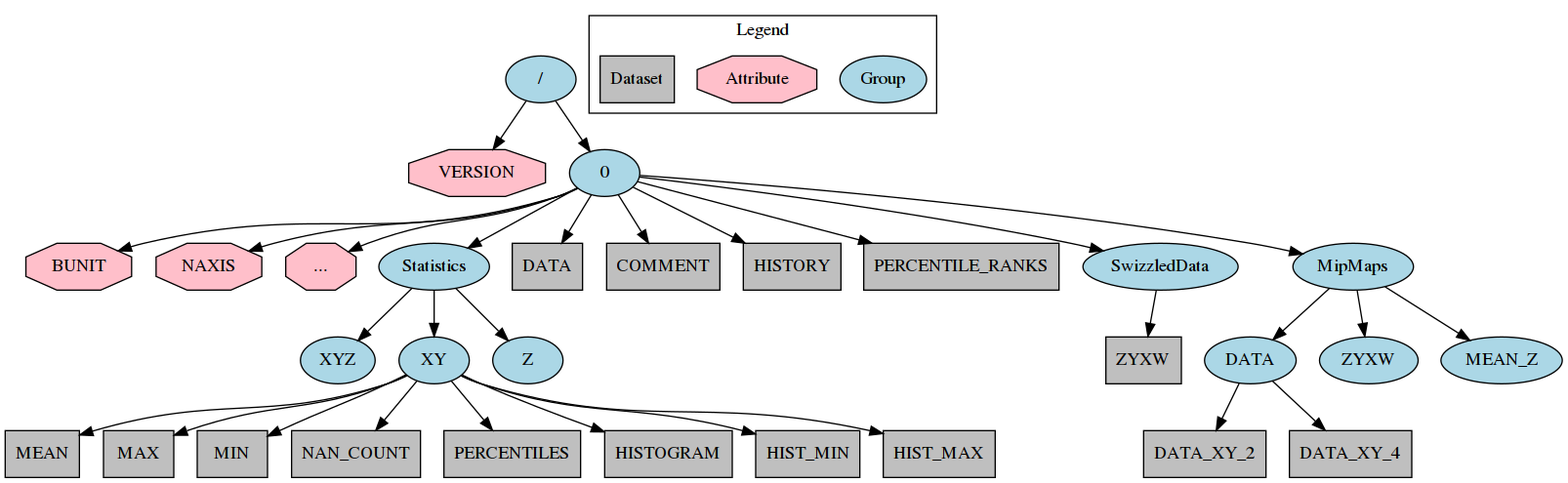
The Graphviz diagram docs/schema.png in idia-astro/hdf5converters, before a commit. Its source is kept beside it as docs/schema.dot. Source of this version:
```dot
digraph {
    rankdir=TB
    ordering=out
    concentrate=true

    node [style=filled fillcolor="#abd7e6"]
    file [label="/"]
    0
    SwizzledData
    MipMaps
    mmDATA [label="DATA"]
    mmZYXW [label="ZYXW"]
    mmMEAN_Z [label="MEAN_Z"]
    Statistics
    XY
    Z
    XYZ
    Group

    node [shape=octagon fillcolor="#ffbfca"]
    VERSION
    BUNIT
    NAXIS
    other_attrs [label="..."]
    Attribute

    node [shape=box fillcolor="#bfbfbf"]
    DATA
    COMMENT
    HISTORY
    PERCENTILE_RANKS
    ZYXW
    DATA_XY_2
    DATA_XY_4
    MEAN
    MAX
    MIN
    NAN_COUNT
    PERCENTILES
    HISTOGRAM
    HIST_MIN
    HIST_MAX
    Dataset

    file -> VERSION
    file -> 0

    0 -> BUNIT
    0 -> NAXIS
    0 -> other_attrs

    0 -> Statistics
    Statistics -> XYZ
    Statistics -> XY
    XY -> MEAN
    XY -> MAX
    XY -> MIN
    XY -> NAN_COUNT
    XY -> PERCENTILES
    XY -> HISTOGRAM
    XY -> HIST_MIN
    XY -> HIST_MAX
    Statistics -> Z

    0 -> DATA

    0 -> COMMENT
    0 -> HISTORY
    0 -> PERCENTILE_RANKS

    0 -> SwizzledData
    SwizzledData -> ZYXW

    0 -> MipMaps
    MipMaps -> mmDATA
    mmDATA -> DATA_XY_2
    mmDATA -> DATA_XY_4
    MipMaps -> mmZYXW
    MipMaps -> mmMEAN_Z

    subgraph cluster_legend {
        label="Legend"
        Group
        Attribute
        Dataset
    }
}
```
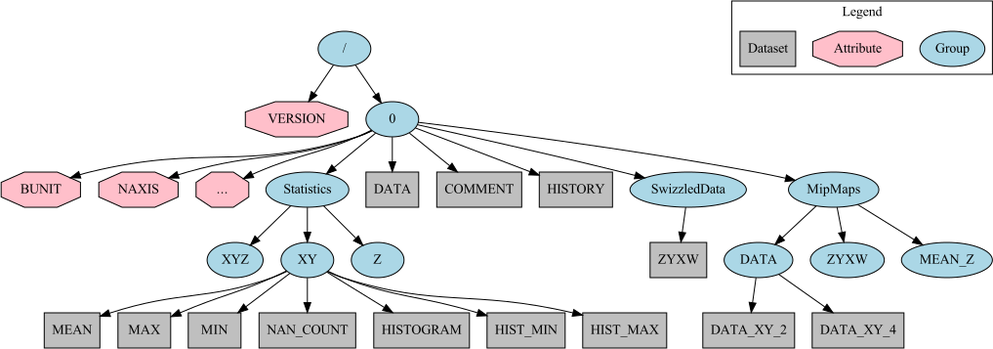
Above is the later version.

Commit message:
removed percentiles from schema

The edit, as a diff of the source:
```diff
@@ -28,7 +28,6 @@
     DATA
     COMMENT
     HISTORY
-    PERCENTILE_RANKS
     ZYXW
     DATA_XY_2
     DATA_XY_4
@@ -36,7 +35,6 @@
     MAX
     MIN
     NAN_COUNT
-    PERCENTILES
     HISTOGRAM
     HIST_MIN
     HIST_MAX
@@ -56,7 +54,6 @@
     XY -> MAX
     XY -> MIN
     XY -> NAN_COUNT
-    XY -> PERCENTILES
     XY -> HISTOGRAM
     XY -> HIST_MIN
     XY -> HIST_MAX
@@ -66,7 +63,6 @@
 
     0 -> COMMENT
     0 -> HISTORY
-    0 -> PERCENTILE_RANKS
 
     0 -> SwizzledData
     SwizzledData -> ZYXW
```
